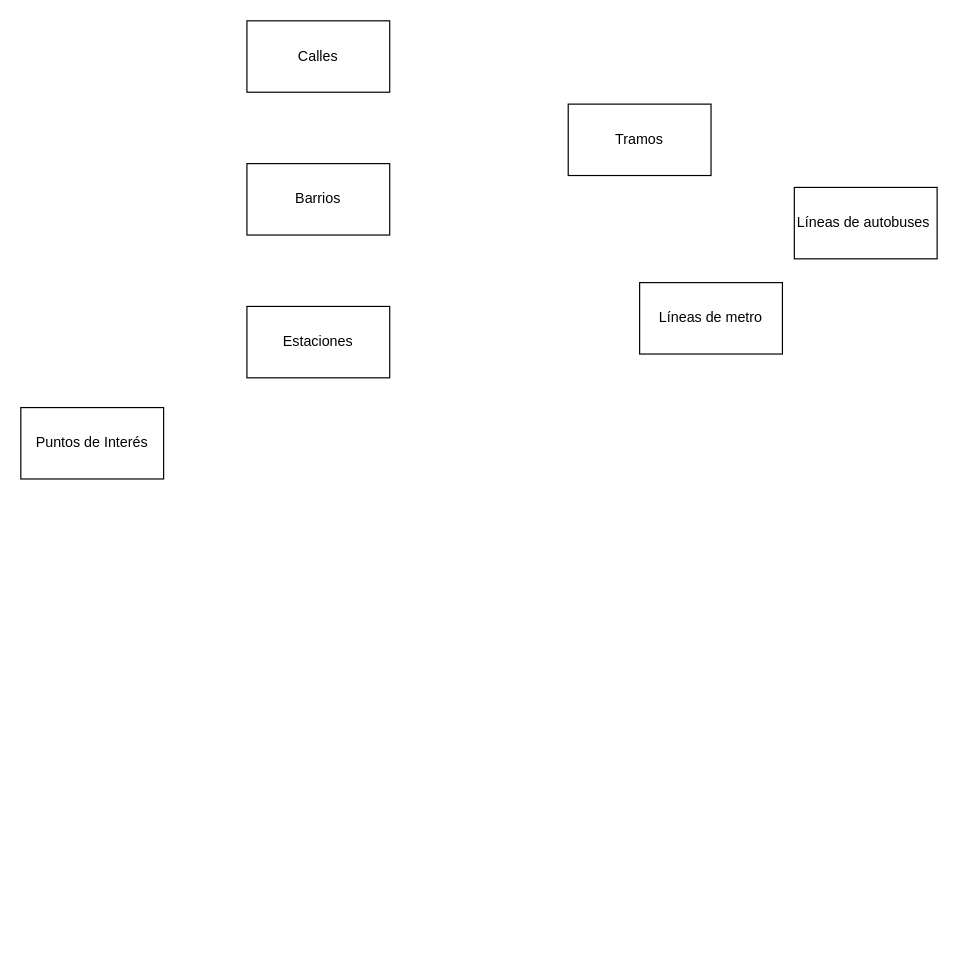
This is Mis_archivos/Diagrama sin título.drawio from Alexx231/python, a draw.io file, before an edit. Source tidied: cells renumbered, new cells numbered last; positions are measured from the earlier drawing's top-left corner, leaving out a move shared by most shapes. Both pictures are drawn from the tidied source at 119%, with x=0, y=0 at pixel (20, 20).
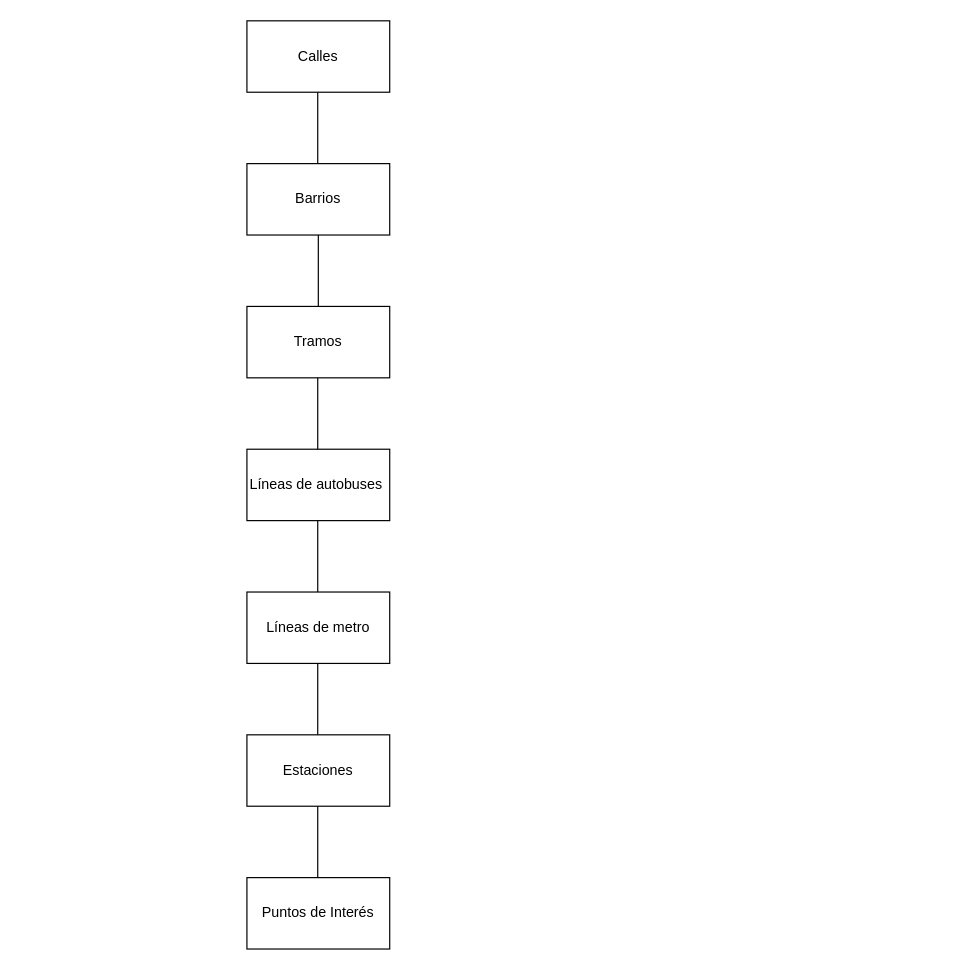
The same page after the edit.

Diff of the diagram source:
```diff
@@
     <mxCell id="3" value="Tramos" style="rounded=0;whiteSpace=wrap;html=1;" parent="1" vertex="1">
-      <mxGeometry x="460" y="70" width="120" height="60" as="geometry" />
+      <mxGeometry x="190" y="240" width="120" height="60" as="geometry" />
     </mxCell>
@@
     <mxCell id="5" value="Estaciones" style="rounded=0;whiteSpace=wrap;html=1;" parent="1" vertex="1">
-      <mxGeometry x="190" y="240" width="120" height="60" as="geometry" />
+      <mxGeometry x="190" y="600" width="120" height="60" as="geometry" />
     </mxCell>
     <mxCell id="6" value="Líneas de metro" style="rounded=0;whiteSpace=wrap;html=1;" parent="1" vertex="1">
-      <mxGeometry x="520" y="220" width="120" height="60" as="geometry" />
+      <mxGeometry x="190" y="480" width="120" height="60" as="geometry" />
     </mxCell>
     <mxCell id="7" value="Puntos de Interés" style="rounded=0;whiteSpace=wrap;html=1;" parent="1" vertex="1">
-      <mxGeometry y="325" width="120" height="60" as="geometry" />
+      <mxGeometry x="190" y="720" width="120" height="60" as="geometry" />
     </mxCell>
     <mxCell id="8" value="Líneas de autobuses&amp;nbsp;" style="rounded=0;whiteSpace=wrap;html=1;" parent="1" vertex="1">
-      <mxGeometry x="650" y="140" width="120" height="60" as="geometry" />
+      <mxGeometry x="190" y="360" width="120" height="60" as="geometry" />
     </mxCell>
+    <mxCell id="9" style="endArrow=none;html=1;rounded=0;" parent="1" edge="1" source="3">
+      <mxGeometry relative="1" as="geometry">
+        <mxPoint x="250" y="180" as="targetPoint" />
+      </mxGeometry>
+    </mxCell>
+    <mxCell id="10" style="endArrow=none;html=1;rounded=0;" parent="1" edge="1">
+      <mxGeometry relative="1" as="geometry">
+        <mxPoint x="249.5" y="120" as="sourcePoint" />
+        <mxPoint x="249.5" y="60" as="targetPoint" />
+        <Array as="points">
+          <mxPoint x="249.5" y="60" />
+        </Array>
+      </mxGeometry>
+    </mxCell>
+    <mxCell id="11" style="endArrow=none;html=1;rounded=0;" parent="1" edge="1">
+      <mxGeometry relative="1" as="geometry">
+        <mxPoint x="249.5" y="360" as="sourcePoint" />
+        <mxPoint x="249.5" y="300" as="targetPoint" />
+      </mxGeometry>
+    </mxCell>
+    <mxCell id="12" style="endArrow=none;html=1;rounded=0;" parent="1" edge="1">
+      <mxGeometry relative="1" as="geometry">
+        <mxPoint x="249.5" y="480" as="sourcePoint" />
+        <mxPoint x="249.5" y="420" as="targetPoint" />
+      </mxGeometry>
+    </mxCell>
+    <mxCell id="13" style="endArrow=none;html=1;rounded=0;" parent="1" edge="1">
+      <mxGeometry relative="1" as="geometry">
+        <mxPoint x="249.5" y="600" as="sourcePoint" />
+        <mxPoint x="249.5" y="540" as="targetPoint" />
+      </mxGeometry>
+    </mxCell>
+    <mxCell id="14" style="endArrow=none;html=1;rounded=0;" parent="1" edge="1">
+      <mxGeometry relative="1" as="geometry">
+        <mxPoint x="249.5" y="720" as="sourcePoint" />
+        <mxPoint x="249.5" y="660" as="targetPoint" />
+      </mxGeometry>
+    </mxCell>
```
